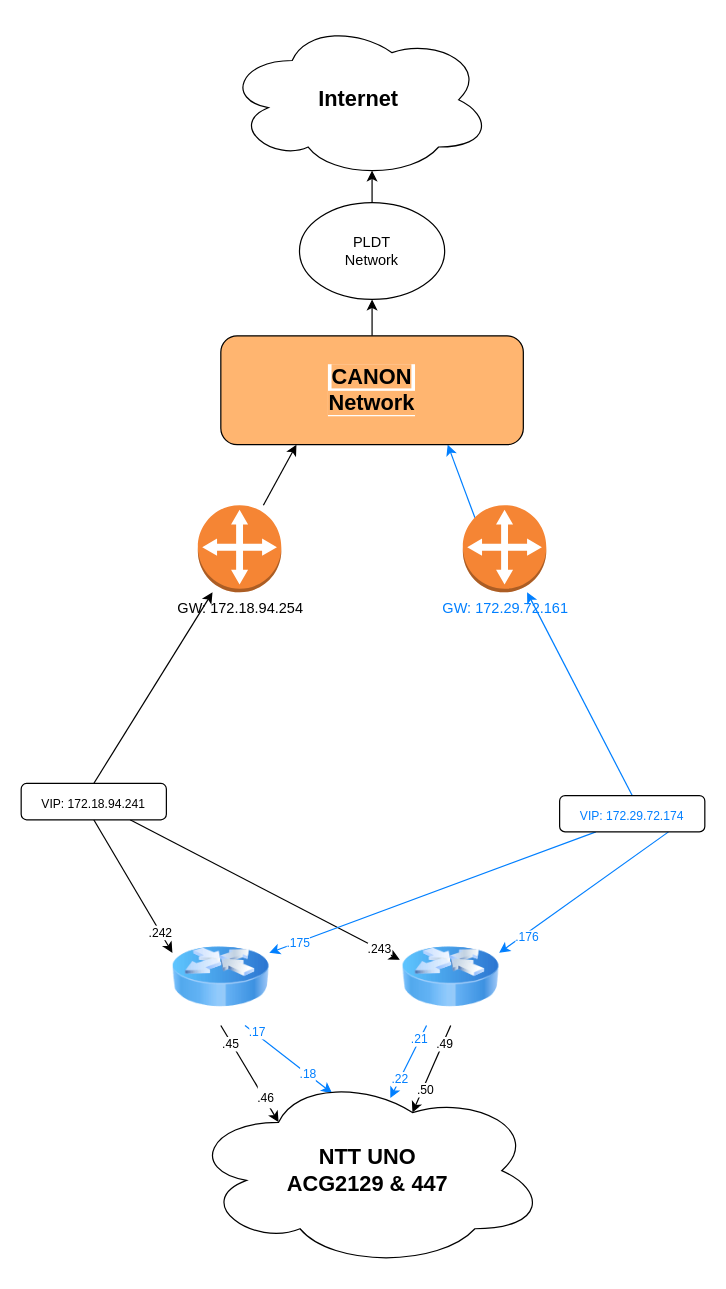
henry1212/henry1212.github.io keeps this draw.io diagram as Canon-mind draw-topology.drawio. Above is the earlier version. Source tidied: cells renumbered, new cells numbered last; positions are measured from the earlier drawing's top-left corner, leaving out a move shared by most shapes. Both pictures are drawn from the tidied source at 121%, with x=0, y=0 at pixel (21, 21).
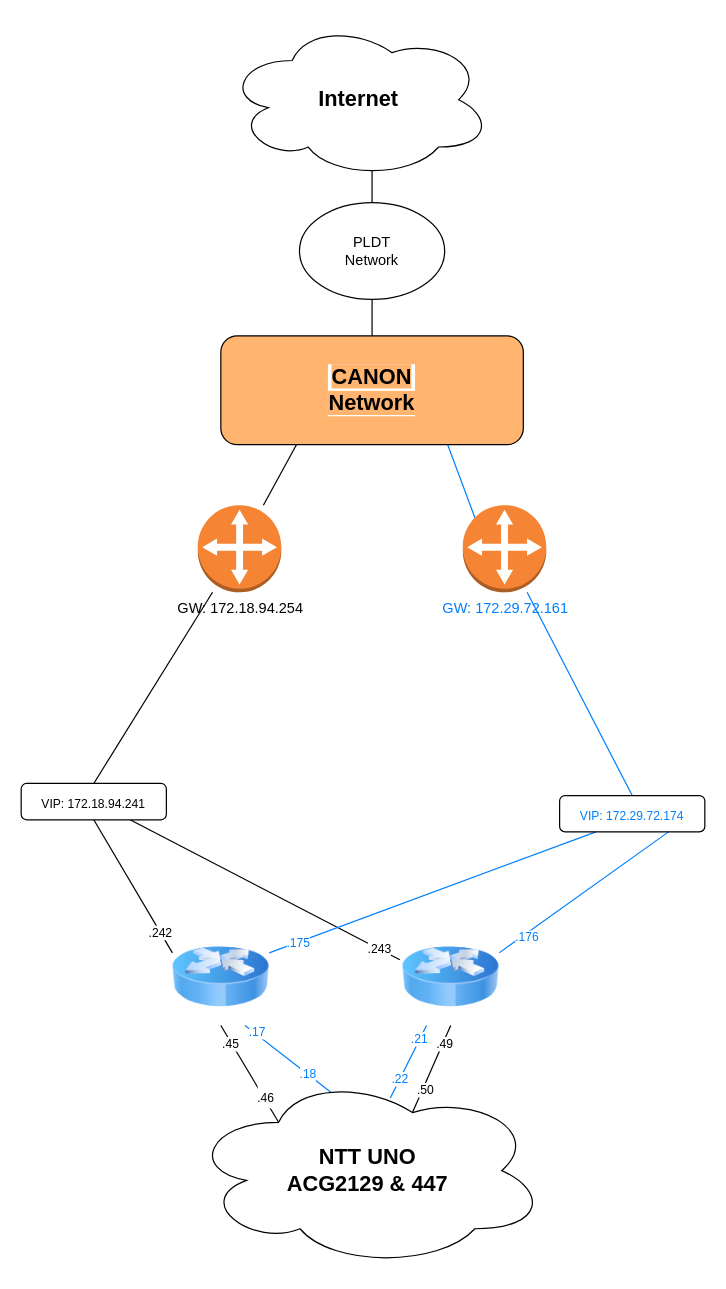
Above is the later version.

The change refers to these unchanged cells:
```xml
<mxCell id="2" value="&lt;font style=&quot;font-size: 18px;&quot;&gt;&lt;b&gt;Internet&lt;/b&gt;&lt;/font&gt;" style="ellipse;shape=cloud;whiteSpace=wrap;html=1;" parent="1" vertex="1">
  <mxGeometry x="169" width="220" height="130" as="geometry" />
</mxCell>
<mxCell id="4" value="PLDT&lt;br&gt;Network" style="ellipse;whiteSpace=wrap;html=1;" parent="1" vertex="1">
  <mxGeometry x="230" y="150" width="120" height="80" as="geometry" />
</mxCell>
<mxCell id="11" style="image;html=1;image=img/lib/clip_art/networking/Router_Icon_128x128.png;" parent="1" vertex="1">
  <mxGeometry x="125" y="750" width="80" height="80" as="geometry" />
</mxCell>
<mxCell id="18" style="image;html=1;image=img/lib/clip_art/networking/Router_Icon_128x128.png;" parent="1" vertex="1">
  <mxGeometry x="315" y="750" width="80" height="80" as="geometry" />
</mxCell>
<mxCell id="20" value="GW:&amp;nbsp;172.18.94.254" style="outlineConnect=0;dashed=0;verticalLabelPosition=bottom;verticalAlign=top;align=center;html=1;shape=mxgraph.aws3.customer_gateway;fillColor=#F58534;gradientColor=none;" parent="1" vertex="1">
  <mxGeometry x="146" y="400" width="69" height="72" as="geometry" />
</mxCell>
<mxCell id="22" value="&lt;font style=&quot;background-color: rgb(255, 255, 255);&quot; color=&quot;#007fff&quot;&gt;GW:&amp;nbsp;172.29.72.161&lt;/font&gt;" style="outlineConnect=0;dashed=0;verticalLabelPosition=bottom;verticalAlign=top;align=center;html=1;shape=mxgraph.aws3.customer_gateway;fillColor=#F58534;gradientColor=none;" parent="1" vertex="1">
  <mxGeometry x="365" y="400" width="69" height="72" as="geometry" />
</mxCell>
<mxCell id="23" value="&lt;font style=&quot;font-size: 18px;&quot;&gt;&lt;b&gt;NTT UNO&lt;br&gt;ACG2129 &amp;amp; 447&lt;/b&gt;&lt;/font&gt;" style="ellipse;shape=cloud;whiteSpace=wrap;html=1;" parent="1" vertex="1">
  <mxGeometry x="139" y="870" width="295" height="160" as="geometry" />
</mxCell>
<mxCell id="29" value="&lt;font style=&quot;font-size: 10px;&quot;&gt;VIP: 172.18.94.241&lt;/font&gt;" style="rounded=1;whiteSpace=wrap;html=1;labelBackgroundColor=#FFFFFF;fontSize=18;fontColor=#000000;" parent="1" vertex="1">
  <mxGeometry y="630" width="120" height="30" as="geometry" />
</mxCell>
<mxCell id="35" value="&lt;font color=&quot;#007fff&quot; style=&quot;font-size: 10px;&quot;&gt;VIP: 172.29.72.174&lt;/font&gt;" style="rounded=1;whiteSpace=wrap;html=1;labelBackgroundColor=#FFFFFF;fontSize=18;fontColor=#000000;" parent="1" vertex="1">
  <mxGeometry x="445" y="640" width="120" height="30" as="geometry" />
</mxCell>
<mxCell id="37" value="&lt;span style=&quot;font-size: 18px; background-color: rgb(255, 181, 112);&quot;&gt;&lt;b&gt;CANON&lt;br&gt;Network&lt;/b&gt;&lt;/span&gt;" style="rounded=1;whiteSpace=wrap;html=1;labelBackgroundColor=#FFFFFF;strokeColor=#000000;fontSize=10;fontColor=#000000;fillColor=#FFB570;" parent="1" vertex="1">
  <mxGeometry x="165" y="260" width="250" height="90" as="geometry" />
</mxCell>
```

What changed in the source:
```diff
@@
-    <mxCell id="3" style="edgeStyle=none;rounded=0;jettySize=auto;html=1;exitX=0.5;exitY=0;exitDx=0;exitDy=0;entryX=0.55;entryY=0.95;entryDx=0;entryDy=0;entryPerimeter=0;strokeColor=#000000;fontSize=10;fontColor=#007FFF;" parent="1" edge="1" source="4" target="2">
+    <mxCell id="3" style="edgeStyle=none;rounded=0;jettySize=auto;html=1;exitX=0.5;exitY=0;exitDx=0;exitDy=0;entryX=0.55;entryY=0.95;entryDx=0;entryDy=0;entryPerimeter=0;strokeColor=#000000;fontSize=10;fontColor=#007FFF;endArrow=none;endFill=0;" parent="1" edge="1" source="4" target="2">
       <mxGeometry relative="1" as="geometry" />
     </mxCell>
@@
-    <mxCell id="5" style="edgeStyle=none;rounded=0;jettySize=auto;html=1;exitX=0.5;exitY=1;exitDx=0;exitDy=0;strokeColor=#000000;fontSize=18;fontColor=#000000;entryX=0.25;entryY=0.25;entryDx=0;entryDy=0;entryPerimeter=0;" parent="1" edge="1" source="11" target="23">
+    <mxCell id="5" style="edgeStyle=none;rounded=0;jettySize=auto;html=1;exitX=0.5;exitY=1;exitDx=0;exitDy=0;strokeColor=#000000;fontSize=10;fontColor=#007FFF;entryX=0.25;entryY=0.25;entryDx=0;entryDy=0;entryPerimeter=0;endArrow=none;endFill=0;" parent="1" edge="1" source="11" target="23">
       <mxGeometry relative="1" as="geometry" />
     </mxCell>
@@
-    <mxCell id="8" style="edgeStyle=none;rounded=0;jettySize=auto;html=1;entryX=0.4;entryY=0.1;entryDx=0;entryDy=0;entryPerimeter=0;strokeColor=#007FFF;fontSize=18;fontColor=#000000;exitX=0.75;exitY=1;exitDx=0;exitDy=0;" parent="1" edge="1" source="11" target="23">
+    <mxCell id="8" style="edgeStyle=none;rounded=0;jettySize=auto;html=1;entryX=0.4;entryY=0.1;entryDx=0;entryDy=0;entryPerimeter=0;strokeColor=#007FFF;fontSize=10;fontColor=#007FFF;exitX=0.75;exitY=1;exitDx=0;exitDy=0;endArrow=none;endFill=0;" parent="1" edge="1" source="11" target="23">
       <mxGeometry relative="1" as="geometry" />
     </mxCell>
@@
-    <mxCell id="12" style="edgeStyle=none;rounded=0;jettySize=auto;html=1;entryX=0.563;entryY=0.125;entryDx=0;entryDy=0;entryPerimeter=0;strokeColor=#007FFF;fontSize=18;fontColor=#000000;" parent="1" edge="1" source="18" target="23">
+    <mxCell id="12" style="edgeStyle=none;rounded=0;jettySize=auto;html=1;entryX=0.563;entryY=0.125;entryDx=0;entryDy=0;entryPerimeter=0;strokeColor=#007FFF;fontSize=10;fontColor=#007FFF;endArrow=none;endFill=0;" parent="1" edge="1" source="18" target="23">
       <mxGeometry relative="1" as="geometry" />
     </mxCell>
@@
-    <mxCell id="15" style="edgeStyle=none;rounded=0;jettySize=auto;html=1;exitX=0.5;exitY=1;exitDx=0;exitDy=0;entryX=0.625;entryY=0.2;entryDx=0;entryDy=0;entryPerimeter=0;strokeColor=#000000;fontSize=18;fontColor=#000000;" parent="1" edge="1" source="18" target="23">
+    <mxCell id="15" style="edgeStyle=none;rounded=0;jettySize=auto;html=1;exitX=0.5;exitY=1;exitDx=0;exitDy=0;entryX=0.625;entryY=0.2;entryDx=0;entryDy=0;entryPerimeter=0;strokeColor=#000000;fontSize=10;fontColor=#007FFF;endArrow=none;endFill=0;" parent="1" edge="1" source="18" target="23">
       <mxGeometry relative="1" as="geometry" />
     </mxCell>
@@
-    <mxCell id="19" style="edgeStyle=none;rounded=0;jettySize=auto;html=1;entryX=0.25;entryY=1;entryDx=0;entryDy=0;strokeColor=#000000;fontSize=10;fontColor=#007FFF;" parent="1" edge="1" source="20" target="37">
+    <mxCell id="19" style="edgeStyle=none;rounded=0;jettySize=auto;html=1;entryX=0.25;entryY=1;entryDx=0;entryDy=0;strokeColor=#000000;fontSize=10;fontColor=#007FFF;endArrow=none;endFill=0;" parent="1" edge="1" source="20" target="37">
       <mxGeometry relative="1" as="geometry" />
     </mxCell>
@@
-    <mxCell id="21" style="edgeStyle=none;rounded=0;jettySize=auto;html=1;exitX=0.145;exitY=0.145;exitDx=0;exitDy=0;exitPerimeter=0;strokeColor=#007FFF;fontSize=10;fontColor=#007FFF;entryX=0.75;entryY=1;entryDx=0;entryDy=0;" parent="1" edge="1" source="22" target="37">
+    <mxCell id="21" style="edgeStyle=none;rounded=0;jettySize=auto;html=1;exitX=0.145;exitY=0.145;exitDx=0;exitDy=0;exitPerimeter=0;strokeColor=#007FFF;fontSize=10;fontColor=#007FFF;entryX=0.75;entryY=1;entryDx=0;entryDy=0;endArrow=none;endFill=0;" parent="1" edge="1" source="22" target="37">
       <mxGeometry relative="1" as="geometry" />
     </mxCell>
@@
-    <mxCell id="24" style="rounded=0;jettySize=auto;html=1;exitX=0.5;exitY=1;exitDx=0;exitDy=0;entryX=0;entryY=0.25;entryDx=0;entryDy=0;strokeColor=#000000;fontSize=10;fontColor=#007FFF;" parent="1" edge="1" source="29" target="11">
+    <mxCell id="24" style="rounded=0;jettySize=auto;html=1;exitX=0.5;exitY=1;exitDx=0;exitDy=0;entryX=0;entryY=0.25;entryDx=0;entryDy=0;strokeColor=#000000;fontSize=10;fontColor=#007FFF;endArrow=none;endFill=0;" parent="1" edge="1" source="29" target="11">
       <mxGeometry relative="1" as="geometry" />
     </mxCell>
@@
-    <mxCell id="26" style="edgeStyle=none;rounded=0;jettySize=auto;html=1;exitX=0.75;exitY=1;exitDx=0;exitDy=0;strokeColor=#000000;fontSize=10;fontColor=#007FFF;entryX=-0.026;entryY=0.321;entryDx=0;entryDy=0;entryPerimeter=0;" parent="1" edge="1" source="29" target="18">
+    <mxCell id="26" style="edgeStyle=none;rounded=0;jettySize=auto;html=1;exitX=0.75;exitY=1;exitDx=0;exitDy=0;strokeColor=#000000;fontSize=10;fontColor=#007FFF;entryX=-0.026;entryY=0.321;entryDx=0;entryDy=0;entryPerimeter=0;endArrow=none;endFill=0;" parent="1" edge="1" source="29" target="18">
       <mxGeometry relative="1" as="geometry" />
     </mxCell>
@@
-    <mxCell id="28" style="edgeStyle=none;rounded=0;jettySize=auto;html=1;exitX=0.5;exitY=0;exitDx=0;exitDy=0;strokeColor=#000000;fontSize=10;fontColor=#007FFF;" parent="1" edge="1" source="29" target="20">
+    <mxCell id="28" style="edgeStyle=none;rounded=0;jettySize=auto;html=1;exitX=0.5;exitY=0;exitDx=0;exitDy=0;strokeColor=#000000;fontSize=10;fontColor=#007FFF;endArrow=none;endFill=0;" parent="1" edge="1" source="29" target="20">
       <mxGeometry relative="1" as="geometry" />
     </mxCell>
@@
-    <mxCell id="30" style="edgeStyle=none;rounded=0;jettySize=auto;html=1;exitX=0.25;exitY=1;exitDx=0;exitDy=0;entryX=1;entryY=0.25;entryDx=0;entryDy=0;strokeColor=#007FFF;fontSize=10;fontColor=#007FFF;" parent="1" edge="1" source="35" target="11">
+    <mxCell id="30" style="edgeStyle=none;rounded=0;jettySize=auto;html=1;exitX=0.25;exitY=1;exitDx=0;exitDy=0;entryX=1;entryY=0.25;entryDx=0;entryDy=0;strokeColor=#007FFF;fontSize=10;fontColor=#007FFF;endArrow=none;endFill=0;" parent="1" edge="1" source="35" target="11">
       <mxGeometry relative="1" as="geometry" />
     </mxCell>
@@
-    <mxCell id="32" style="edgeStyle=none;rounded=0;jettySize=auto;html=1;exitX=0.75;exitY=1;exitDx=0;exitDy=0;entryX=1;entryY=0.25;entryDx=0;entryDy=0;strokeColor=#007FFF;fontSize=10;fontColor=#007FFF;" parent="1" edge="1" source="35" target="18">
+    <mxCell id="32" style="edgeStyle=none;rounded=0;jettySize=auto;html=1;exitX=0.75;exitY=1;exitDx=0;exitDy=0;entryX=1;entryY=0.25;entryDx=0;entryDy=0;strokeColor=#007FFF;fontSize=10;fontColor=#007FFF;endArrow=none;endFill=0;" parent="1" edge="1" source="35" target="18">
       <mxGeometry relative="1" as="geometry" />
     </mxCell>
@@
-    <mxCell id="34" style="edgeStyle=none;rounded=0;jettySize=auto;html=1;exitX=0.5;exitY=0;exitDx=0;exitDy=0;strokeColor=#007FFF;fontSize=10;fontColor=#007FFF;" parent="1" edge="1" source="35" target="22">
+    <mxCell id="34" style="edgeStyle=none;rounded=0;jettySize=auto;html=1;exitX=0.5;exitY=0;exitDx=0;exitDy=0;strokeColor=#007FFF;fontSize=10;fontColor=#007FFF;endArrow=none;endFill=0;" parent="1" edge="1" source="35" target="22">
       <mxGeometry relative="1" as="geometry" />
     </mxCell>
@@
-    <mxCell id="36" style="edgeStyle=none;rounded=0;jettySize=auto;html=1;exitX=0.5;exitY=0;exitDx=0;exitDy=0;entryX=0.5;entryY=1;entryDx=0;entryDy=0;strokeColor=#000000;fontSize=10;fontColor=#007FFF;" parent="1" edge="1" source="37" target="4">
+    <mxCell id="36" style="edgeStyle=none;rounded=0;jettySize=auto;html=1;exitX=0.5;exitY=0;exitDx=0;exitDy=0;entryX=0.5;entryY=1;entryDx=0;entryDy=0;strokeColor=#000000;fontSize=10;fontColor=#007FFF;endArrow=none;endFill=0;" parent="1" edge="1" source="37" target="4">
       <mxGeometry relative="1" as="geometry" />
     </mxCell>
```
